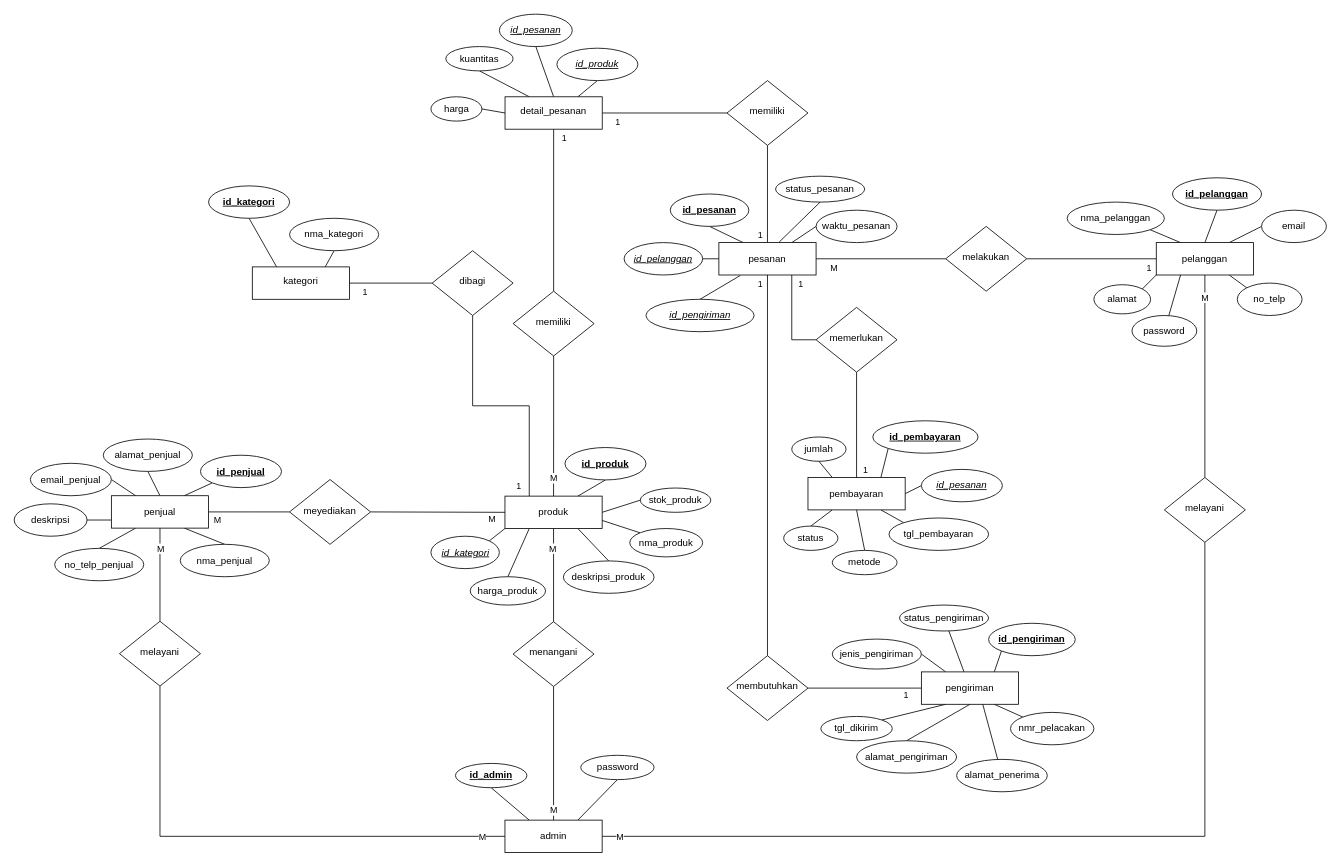
Earlier version of the draw.io diagram e-commerce_erd.drawio (vinnnna/sistem-basis-data). Source tidied: cells renumbered, new cells numbered last; positions are measured from the earlier drawing's top-left corner, leaving out a move shared by most shapes. Both pictures are drawn from the tidied source at 81%, with x=0, y=0 at pixel (14, 14).
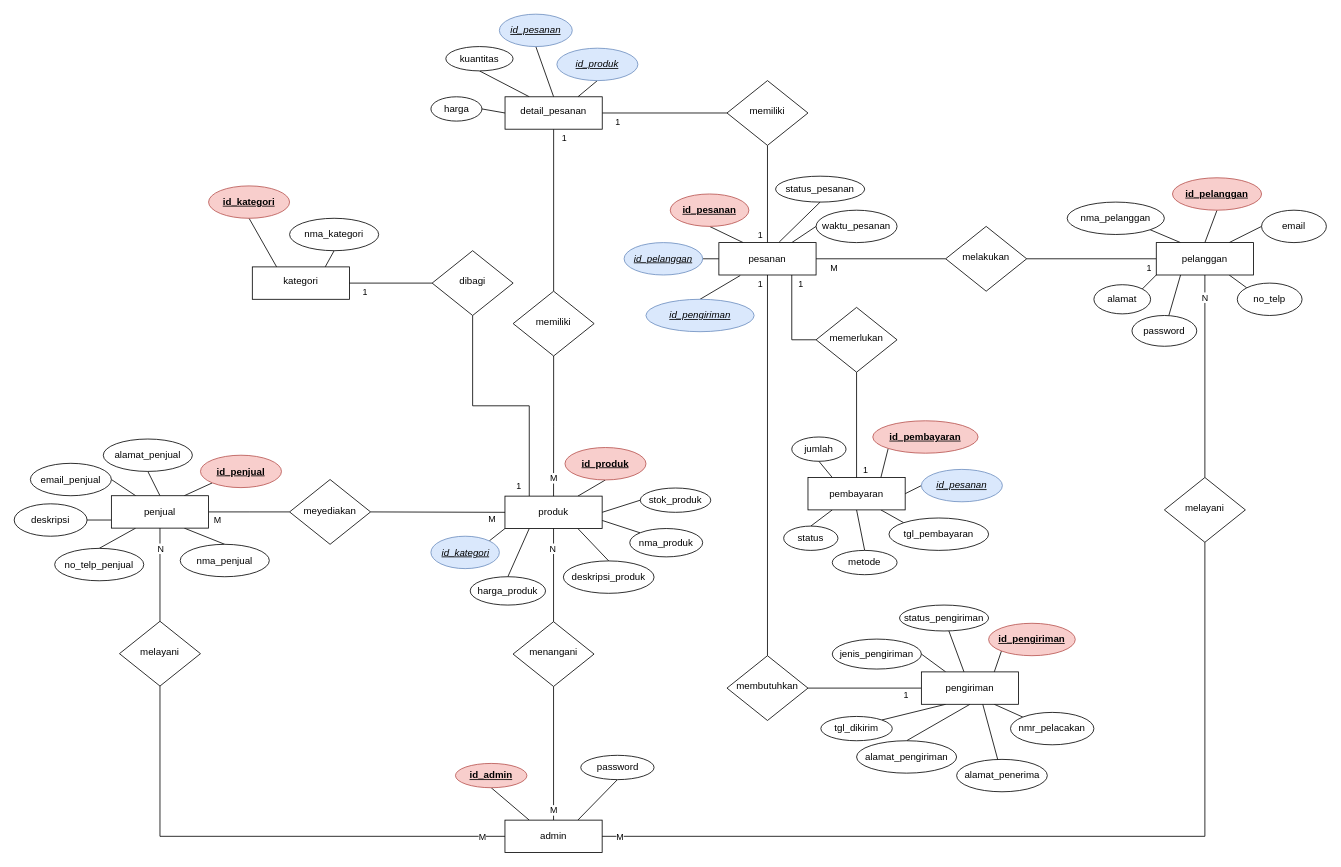
The same page after the edit.

The change refers to these unchanged cells:
```xml
<mxCell id="6" style="edgeStyle=orthogonalEdgeStyle;rounded=0;jettySize=auto;html=1;exitX=0.5;exitY=0;exitDx=0;exitDy=0;entryX=0.5;entryY=1;entryDx=0;entryDy=0;endArrow=none;endFill=0;" parent="1" edge="1" source="78" target="60">
  <mxGeometry relative="1" as="geometry" />
</mxCell>
<mxCell id="71" style="edgeStyle=orthogonalEdgeStyle;rounded=0;jettySize=auto;html=1;exitX=0.5;exitY=0;exitDx=0;exitDy=0;entryX=0.5;entryY=1;entryDx=0;entryDy=0;endArrow=none;endFill=0;" parent="1" edge="1" source="70" target="19">
  <mxGeometry relative="1" as="geometry" />
</mxCell>
<mxCell id="73" style="edgeStyle=orthogonalEdgeStyle;rounded=0;jettySize=auto;html=1;exitX=0.5;exitY=0;exitDx=0;exitDy=0;entryX=0.5;entryY=1;entryDx=0;entryDy=0;endArrow=none;endFill=0;" parent="1" edge="1" source="75" target="51">
  <mxGeometry relative="1" as="geometry" />
</mxCell>
```

Change to the diagram source:
```diff
@@
-    <mxCell id="7" value="M" style="edgeLabel;html=1;align=center;verticalAlign=middle;" parent="6" vertex="1">
+    <mxCell id="7" value="N" style="edgeLabel;html=1;align=center;verticalAlign=middle;" parent="6" vertex="1">
       <mxGeometry x="0.78" y="1" relative="1" as="geometry" />
     </mxCell>
@@
-    <mxCell id="72" value="M" style="edgeLabel;html=1;align=center;verticalAlign=middle;" parent="71" vertex="1">
+    <mxCell id="72" value="N" style="edgeLabel;html=1;align=center;verticalAlign=middle;" parent="71" vertex="1">
       <mxGeometry x="0.59" y="1" relative="1" as="geometry" />
     </mxCell>
@@
-    <mxCell id="74" value="M" style="edgeLabel;html=1;align=center;verticalAlign=middle;" parent="73" vertex="1">
+    <mxCell id="74" value="N" style="edgeLabel;html=1;align=center;verticalAlign=middle;" parent="73" vertex="1">
       <mxGeometry x="0.63" y="2" relative="1" as="geometry">
         <mxPoint x="2" y="4" as="offset" />
       </mxGeometry>
     </mxCell>
@@
-    <mxCell id="103" value="id_pelanggan" style="ellipse;whiteSpace=wrap;html=1;rounded=1;glass=0;strokeWidth=1;shadow=0;arcSize=0;fontStyle=5;" parent="1" vertex="1">
+    <mxCell id="103" value="id_pelanggan" style="ellipse;whiteSpace=wrap;html=1;rounded=1;glass=0;strokeWidth=1;shadow=0;arcSize=0;fontStyle=5;fillColor=#f8cecc;strokeColor=#b85450;" parent="1" vertex="1">
       <mxGeometry x="1430" y="202" width="110" height="40" as="geometry" />
     </mxCell>
@@
-    <mxCell id="110" value="id_pesanan" style="ellipse;whiteSpace=wrap;html=1;fontStyle=6;" parent="1" vertex="1">
+    <mxCell id="110" value="id_pesanan" style="ellipse;whiteSpace=wrap;html=1;fontStyle=6;fillColor=#dae8fc;strokeColor=#6c8ebf;" parent="1" vertex="1">
       <mxGeometry x="599" width="90" height="40" as="geometry" />
     </mxCell>
-    <mxCell id="111" value="id_produk" style="ellipse;whiteSpace=wrap;html=1;fontStyle=6;" parent="1" vertex="1">
+    <mxCell id="111" value="id_produk" style="ellipse;whiteSpace=wrap;html=1;fontStyle=6;fillColor=#dae8fc;strokeColor=#6c8ebf;" parent="1" vertex="1">
       <mxGeometry x="670" y="42" width="100" height="40" as="geometry" />
     </mxCell>
-    <mxCell id="112" value="id_pesanan" style="ellipse;whiteSpace=wrap;html=1;fontStyle=5;" parent="1" vertex="1">
+    <mxCell id="112" value="id_pesanan" style="ellipse;whiteSpace=wrap;html=1;fontStyle=5;fillColor=#f8cecc;strokeColor=#b85450;" parent="1" vertex="1">
       <mxGeometry x="810" y="222" width="97" height="40" as="geometry" />
     </mxCell>
@@
-    <mxCell id="114" value="id_pelanggan" style="ellipse;whiteSpace=wrap;html=1;fontStyle=6;" parent="1" vertex="1">
+    <mxCell id="114" value="id_pelanggan" style="ellipse;whiteSpace=wrap;html=1;fontStyle=6;fillColor=#dae8fc;strokeColor=#6c8ebf;" parent="1" vertex="1">
       <mxGeometry x="753" y="282" width="97" height="40" as="geometry" />
     </mxCell>
@@
-    <mxCell id="117" value="id_produk" style="ellipse;whiteSpace=wrap;html=1;fontStyle=5;" parent="1" vertex="1">
+    <mxCell id="117" value="id_produk" style="ellipse;whiteSpace=wrap;html=1;fontStyle=5;fillColor=#f8cecc;strokeColor=#b85450;" parent="1" vertex="1">
       <mxGeometry x="680" y="535" width="100" height="40" as="geometry" />
     </mxCell>
@@
-    <mxCell id="123" value="id_kategori" style="ellipse;whiteSpace=wrap;html=1;fontStyle=5;" parent="1" vertex="1">
+    <mxCell id="123" value="id_kategori" style="ellipse;whiteSpace=wrap;html=1;fontStyle=5;fillColor=#f8cecc;strokeColor=#b85450;" parent="1" vertex="1">
       <mxGeometry x="240" y="212" width="100" height="40" as="geometry" />
     </mxCell>
-    <mxCell id="124" value="id_kategori" style="ellipse;whiteSpace=wrap;html=1;fontStyle=6;" parent="1" vertex="1">
+    <mxCell id="124" value="id_kategori" style="ellipse;whiteSpace=wrap;html=1;fontStyle=6;fillColor=#dae8fc;strokeColor=#6c8ebf;" parent="1" vertex="1">
       <mxGeometry x="514.5" y="644.5" width="84.5" height="40" as="geometry" />
     </mxCell>
-    <mxCell id="125" value="id_pembayaran" style="ellipse;whiteSpace=wrap;html=1;fontStyle=5;" parent="1" vertex="1">
+    <mxCell id="125" value="id_pembayaran" style="ellipse;whiteSpace=wrap;html=1;fontStyle=5;fillColor=#f8cecc;strokeColor=#b85450;" parent="1" vertex="1">
       <mxGeometry x="1060" y="502" width="130" height="40" as="geometry" />
     </mxCell>
@@
-    <mxCell id="130" value="id_pesanan" style="ellipse;whiteSpace=wrap;html=1;fontStyle=6;" parent="1" vertex="1">
+    <mxCell id="130" value="id_pesanan" style="ellipse;whiteSpace=wrap;html=1;fontStyle=6;fillColor=#dae8fc;strokeColor=#6c8ebf;" parent="1" vertex="1">
       <mxGeometry x="1120" y="562" width="100" height="40" as="geometry" />
     </mxCell>
-    <mxCell id="131" value="id_pengiriman" style="ellipse;whiteSpace=wrap;html=1;fontStyle=5;" parent="1" vertex="1">
+    <mxCell id="131" value="id_pengiriman" style="ellipse;whiteSpace=wrap;html=1;fontStyle=5;fillColor=#f8cecc;strokeColor=#b85450;" parent="1" vertex="1">
       <mxGeometry x="1203" y="752" width="107" height="40" as="geometry" />
     </mxCell>
@@
-    <mxCell id="137" value="id_pengiriman" style="ellipse;whiteSpace=wrap;html=1;fontStyle=6;" parent="1" vertex="1">
+    <mxCell id="137" value="id_pengiriman" style="ellipse;whiteSpace=wrap;html=1;fontStyle=6;fillColor=#dae8fc;strokeColor=#6c8ebf;" parent="1" vertex="1">
       <mxGeometry x="780" y="352" width="133.5" height="40" as="geometry" />
     </mxCell>
-    <mxCell id="138" value="id_admin" style="ellipse;whiteSpace=wrap;html=1;fontStyle=5;" parent="1" vertex="1">
+    <mxCell id="138" value="id_admin" style="ellipse;whiteSpace=wrap;html=1;fontStyle=5;fillColor=#f8cecc;strokeColor=#b85450;" parent="1" vertex="1">
       <mxGeometry x="544.8" y="925" width="88.2" height="30" as="geometry" />
     </mxCell>
@@
-    <mxCell id="141" value="id_penjual" style="ellipse;whiteSpace=wrap;html=1;fontStyle=5;" parent="1" vertex="1">
+    <mxCell id="141" value="id_penjual" style="ellipse;whiteSpace=wrap;html=1;fontStyle=5;fillColor=#f8cecc;strokeColor=#b85450;" parent="1" vertex="1">
       <mxGeometry x="230" y="544.5" width="100" height="40" as="geometry" />
     </mxCell>
```
